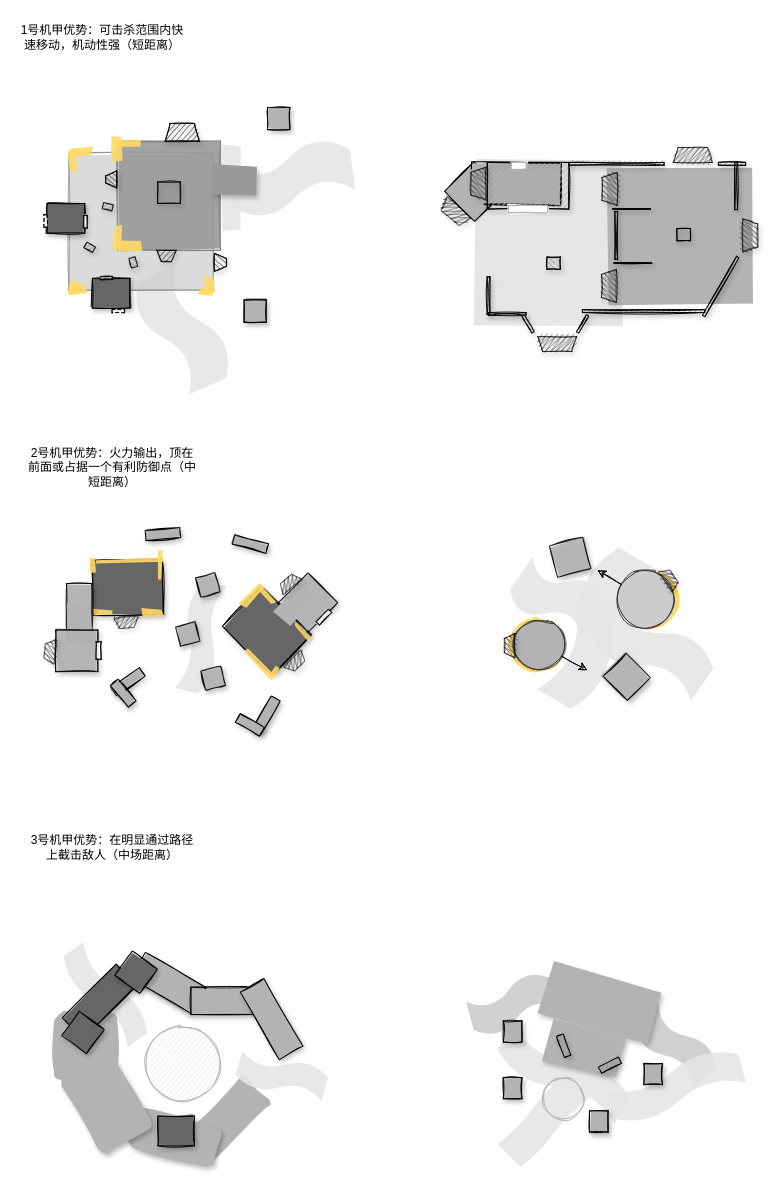
This is Pattern040506.drawio from Heynoodle/DRAWIO, a draw.io file, before an edit. Source tidied: cells renumbered, new cells numbered last; positions are measured from the earlier drawing's top-left corner, leaving out a move shared by most shapes. Both pictures are drawn from the tidied source at 100%, with x=0, y=0 at pixel (17, 17).
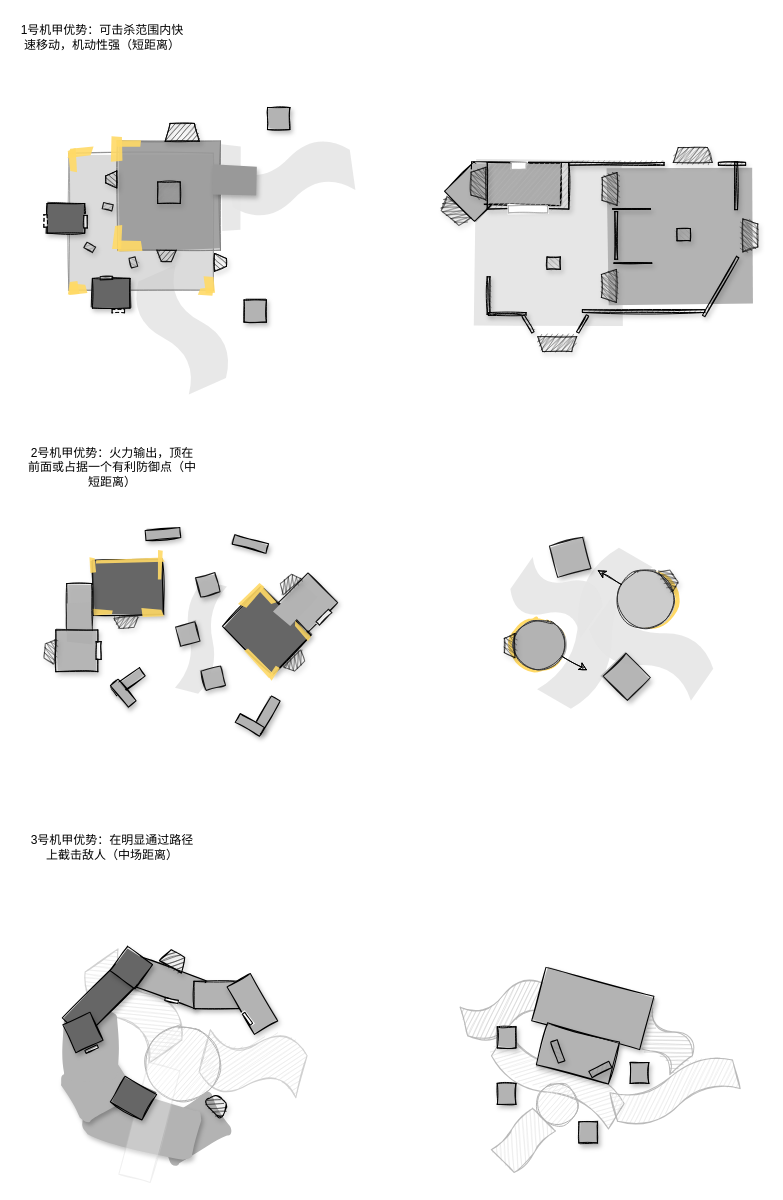
The same page after the edit.

What changed in the source:
```diff
@@
     <mxCell id="72" style="group;" parent="1" vertex="1">
-      <mxGeometry x="446" y="944.3" width="285.2" height="206.4" as="geometry" />
+      <mxGeometry x="440" y="950" width="285.2" height="206.4" as="geometry" />
     </mxCell>
-    <mxCell id="73" style="shape=tape;whiteSpace=wrap;html=1;shadow=0;opacity=90;rotation=50;strokeColor=none;fillColor=#CCCCCC;" parent="72" vertex="1">
-      <mxGeometry x="168" y="59.2" width="88.3" height="49.3" as="geometry" />
+    <mxCell id="73" style="shape=tape;whiteSpace=wrap;html=1;shadow=0;opacity=90;rotation=50;fillColor=#CCCCCC;sketch=1;strokeColor=#B3B3B3;" parent="72" vertex="1">
+      <mxGeometry x="172.7" y="49.2" width="62" height="49.3" as="geometry" />
     </mxCell>
-    <mxCell id="74" style="shape=tape;whiteSpace=wrap;html=1;shadow=0;opacity=90;rotation=-15;strokeColor=none;fillColor=#CCCCCC;" parent="72" vertex="1">
+    <mxCell id="74" style="shape=tape;whiteSpace=wrap;html=1;shadow=0;opacity=90;rotation=-15;fillColor=#CCCCCC;sketch=1;strokeColor=#B3B3B3;" parent="72" vertex="1">
       <mxGeometry x="4.9" y="17.9" width="88.3" height="49.3" as="geometry" />
     </mxCell>
-    <mxCell id="75" style="shape=tape;whiteSpace=wrap;html=1;shadow=0;opacity=90;rotation=-148;strokeColor=none;fillColor=#E6E6E6;" parent="72" vertex="1">
+    <mxCell id="75" style="shape=tape;whiteSpace=wrap;html=1;shadow=0;opacity=90;rotation=-148;fillColor=#E6E6E6;sketch=1;strokeColor=#B3B3B3;" parent="72" vertex="1">
       <mxGeometry x="31.3" y="87.6" width="138" height="49.3" as="geometry" />
     </mxCell>
-    <mxCell id="76" style="shape=tape;whiteSpace=wrap;html=1;shadow=0;opacity=90;rotation=-195;strokeColor=none;fillColor=#E6E6E6;" parent="72" vertex="1">
-      <mxGeometry x="143.1" y="99.9" width="138" height="49.3" as="geometry" />
+    <mxCell id="76" style="shape=tape;whiteSpace=wrap;html=1;shadow=0;opacity=90;rotation=-195;fillColor=#E6E6E6;sketch=1;strokeColor=#B3B3B3;" parent="72" vertex="1">
+      <mxGeometry x="154.1" y="98.5" width="126.9" height="49.3" as="geometry" />
     </mxCell>
-    <mxCell id="77" style="rounded=0;whiteSpace=wrap;html=1;sketch=1;fillStyle=solid;shadow=1;strokeWidth=1;fillColor=#B3B3B3;rotation=15;strokeColor=none;" parent="72" vertex="1">
+    <mxCell id="77" style="rounded=0;whiteSpace=wrap;html=1;sketch=1;fillStyle=solid;shadow=1;strokeWidth=1;fillColor=#B3B3B3;rotation=15;" parent="72" vertex="1">
       <mxGeometry x="79.4" y="13.4" width="111.8" height="55.2" as="geometry" />
     </mxCell>
-    <mxCell id="78" style="shape=tape;whiteSpace=wrap;html=1;shadow=0;opacity=90;rotation=-225;strokeColor=none;fillColor=#E6E6E6;size=0.13100000000000023;" parent="72" vertex="1">
-      <mxGeometry x="30.9" y="140.6" width="97.6" height="37" as="geometry" />
+    <mxCell id="78" style="shape=tape;whiteSpace=wrap;html=1;shadow=0;opacity=90;rotation=-225;fillColor=#E6E6E6;size=0.13100000000000023;sketch=1;strokeColor=#B3B3B3;" parent="72" vertex="1">
+      <mxGeometry x="36.6" y="154.4" width="58.5" height="37" as="geometry" />
     </mxCell>
@@
     <mxCell id="80" style="rounded=0;whiteSpace=wrap;html=1;sketch=1;fillStyle=solid;shadow=1;strokeWidth=1;fillColor=#B3B3B3;" parent="72" vertex="1">
-      <mxGeometry x="39.8" y="59.2" width="18.6" height="21" as="geometry" />
+      <mxGeometry x="39.8" y="59.4" width="18.6" height="21" as="geometry" />
     </mxCell>
     <mxCell id="81" style="rounded=0;whiteSpace=wrap;html=1;sketch=1;fillStyle=solid;shadow=1;strokeWidth=1;fillColor=#B3B3B3;" parent="72" vertex="1">
-      <mxGeometry x="180.4" y="101.8" width="18.6" height="21" as="geometry" />
+      <mxGeometry x="172.7" y="95" width="18.6" height="21" as="geometry" />
     </mxCell>
     <mxCell id="82" style="rounded=0;whiteSpace=wrap;html=1;sketch=1;fillStyle=solid;shadow=1;strokeWidth=1;fillColor=#B3B3B3;" parent="72" vertex="1">
-      <mxGeometry x="126" y="149.2" width="18.6" height="21" as="geometry" />
+      <mxGeometry x="121.4" y="154.4" width="18.6" height="21" as="geometry" />
     </mxCell>
@@
-    <mxCell id="84" style="rounded=0;whiteSpace=wrap;html=1;sketch=1;fillStyle=solid;shadow=1;strokeWidth=1;fillColor=#B3B3B3;rotation=15;strokeColor=none;" parent="72" vertex="1">
+    <mxCell id="84" style="rounded=0;whiteSpace=wrap;html=1;sketch=1;fillStyle=solid;shadow=1;strokeWidth=1;fillColor=#B3B3B3;rotation=15;" parent="72" vertex="1">
       <mxGeometry x="83.2" y="64.2" width="74.5" height="43.4" as="geometry" />
     </mxCell>
@@
     <mxCell id="86" style="rounded=0;whiteSpace=wrap;html=1;shadow=1;glass=0;sketch=1;strokeColor=#000000;fillColor=#999999;gradientColor=none;rotation=-207;direction=west;" parent="72" vertex="1">
-      <mxGeometry x="135.3" y="99.9" width="22.4" height="7" as="geometry" />
+      <mxGeometry x="131.7" y="98.5" width="22.4" height="7" as="geometry" />
     </mxCell>
@@
     <mxCell id="131" style="group;" parent="1" vertex="1">
-      <mxGeometry x="36.5" y="920" width="273.6" height="230.7" as="geometry" />
+      <mxGeometry x="36.5" y="920" width="298.2" height="230.7" as="geometry" />
     </mxCell>
+    <mxCell id="143" style="shape=tape;whiteSpace=wrap;html=1;shadow=0;opacity=90;rotation=-165;fillColor=#E6E6E6;sketch=1;strokeColor=#CCCCCC;" parent="131" vertex="1">
+      <mxGeometry x="149.1" y="90" width="100.1" height="72.5" as="geometry" />
+    </mxCell>
-    <mxCell id="132" style="shape=tape;whiteSpace=wrap;html=1;shadow=0;opacity=90;rotation=55;strokeColor=none;fillColor=#E6E6E6;" parent="131" vertex="1">
-      <mxGeometry x="-4" y="37" width="111.1" height="40" as="geometry" />
+    <mxCell id="132" style="shape=tape;whiteSpace=wrap;html=1;shadow=0;opacity=90;rotation=55;fillColor=#E6E6E6;sketch=1;strokeColor=#CCCCCC;" parent="131" vertex="1">
+      <mxGeometry x="23.9" y="35" width="111.1" height="67" as="geometry" />
     </mxCell>
-    <mxCell id="133" style="rounded=1;whiteSpace=wrap;html=1;shadow=0;sketch=1;strokeColor=none;rotation=-45;fillStyle=solid;fillColor=#B3B3B3;glass=0;" parent="131" vertex="1">
-      <mxGeometry x="127" y="162.5" width="90" height="40" as="geometry" />
+    <mxCell id="133" style="rounded=1;whiteSpace=wrap;html=1;shadow=0;sketch=1;strokeColor=none;rotation=-30;fillStyle=solid;fillColor=#B3B3B3;glass=0;" parent="131" vertex="1">
+      <mxGeometry x="102.5" y="167.5" width="69.5" height="47.5" as="geometry" />
     </mxCell>
     <mxCell id="134" style="rounded=1;whiteSpace=wrap;html=1;shadow=1;sketch=1;strokeColor=none;rotation=15;fillStyle=solid;fillColor=#B3B3B3;" parent="131" vertex="1">
-      <mxGeometry x="75.2" y="179.7" width="90" height="40" as="geometry" />
+      <mxGeometry x="30.8" y="160" width="113.8" height="50.3" as="geometry" />
     </mxCell>
     <mxCell id="135" style="rounded=1;whiteSpace=wrap;html=1;shadow=1;sketch=1;strokeColor=none;rotation=60;fillStyle=solid;fillColor=#B3B3B3;" parent="131" vertex="1">
-      <mxGeometry x="6.5" y="134.7" width="90" height="60" as="geometry" />
+      <mxGeometry x="15.6" y="118.9" width="53.5" height="60" as="geometry" />
     </mxCell>
     <mxCell id="136" style="rounded=1;whiteSpace=wrap;html=1;shadow=0;sketch=1;strokeColor=none;rotation=90;fillStyle=solid;fillColor=#B3B3B3;" parent="131" vertex="1">
-      <mxGeometry x="-3.4" y="77" width="70" height="63.2" as="geometry" />
+      <mxGeometry x="1.6" y="82" width="70" height="53" as="geometry" />
     </mxCell>
-    <mxCell id="137" style="rounded=0;whiteSpace=wrap;html=1;sketch=1;fillStyle=solid;shadow=1;strokeWidth=1;fillColor=#B3B3B3;rotation=30;" parent="131" vertex="1">
+    <mxCell id="137" style="rounded=0;whiteSpace=wrap;html=1;sketch=1;fillStyle=solid;shadow=1;strokeWidth=1;fillColor=#B3B3B3;rotation=20;" parent="131" vertex="1">
       <mxGeometry x="79.1" y="30.4" width="70" height="30" as="geometry" />
     </mxCell>
     <mxCell id="138" style="rounded=0;whiteSpace=wrap;html=1;sketch=1;fillStyle=solid;shadow=1;strokeWidth=1;fillColor=#B3B3B3;rotation=0;" parent="131" vertex="1">
-      <mxGeometry x="137" y="49.7" width="70" height="27.3" as="geometry" />
+      <mxGeometry x="140" y="43.8" width="46.5" height="27.3" as="geometry" />
     </mxCell>
     <mxCell id="139" style="rounded=0;whiteSpace=wrap;html=1;sketch=1;fillStyle=solid;shadow=1;strokeWidth=1;fillColor=#B3B3B3;rotation=60;" parent="131" vertex="1">
-      <mxGeometry x="178.6" y="68" width="78.1" height="27.3" as="geometry" />
+      <mxGeometry x="171" y="53" width="54.8" height="26.9" as="geometry" />
     </mxCell>
-    <mxCell id="140" style="rounded=0;whiteSpace=wrap;html=1;sketch=1;fillStyle=solid;shadow=1;strokeWidth=1;fillColor=#666666;rotation=90;" parent="131" vertex="1">
-      <mxGeometry x="107.5" y="175.2" width="29.5" height="36.5" as="geometry" />
-    </mxCell>
@@
     <mxCell id="142" style="rounded=0;whiteSpace=wrap;html=1;sketch=1;fillStyle=solid;shadow=1;strokeWidth=1;fillColor=#666666;rotation=36;" parent="131" vertex="1">
-      <mxGeometry x="66.6" y="19.7" width="30.9" height="30" as="geometry" />
+      <mxGeometry x="61.8" y="15.1" width="30.9" height="30" as="geometry" />
     </mxCell>
-    <mxCell id="143" style="shape=tape;whiteSpace=wrap;html=1;shadow=0;opacity=90;rotation=-163;strokeColor=none;fillColor=#E6E6E6;" parent="131" vertex="1">
-      <mxGeometry x="183" y="118.6" width="89.6" height="40" as="geometry" />
-    </mxCell>
@@
+    <mxCell id="147" style="shape=trapezoid;perimeter=trapezoidPerimeter;whiteSpace=wrap;html=1;fixedSize=1;strokeWidth=1;sketch=1;shadow=1;rotation=45;fillStyle=hachure;size=4.94497782389351;fillColor=#333333;rounded=1;glass=0;" parent="131" vertex="1">
+      <mxGeometry x="150.6" y="160" width="25.4" height="15.3" as="geometry" />
+    </mxCell>
+    <mxCell id="148" style="rounded=0;whiteSpace=wrap;html=1;shadow=0;sketch=1;rotation=55;glass=0;strokeWidth=1;fillColor=#ffffff;" parent="131" vertex="1">
+      <mxGeometry x="186.7" y="79.6" width="13.5" height="3.2" as="geometry" />
+    </mxCell>
+    <mxCell id="149" style="rounded=0;whiteSpace=wrap;html=1;shadow=0;sketch=1;rotation=13;glass=0;strokeWidth=1;fillColor=#ffffff;" parent="131" vertex="1">
+      <mxGeometry x="110.9" y="61.3" width="13.5" height="3.2" as="geometry" />
+    </mxCell>
+    <mxCell id="150" style="shape=trapezoid;perimeter=trapezoidPerimeter;whiteSpace=wrap;html=1;fixedSize=1;strokeWidth=1;sketch=1;shadow=1;rotation=30;fillStyle=hachure;size=4.94497782389351;fillColor=#333333;rounded=0;glass=0;" parent="131" vertex="1">
+      <mxGeometry x="107.5" y="15.1" width="25.4" height="15.3" as="geometry" />
+    </mxCell>
+    <mxCell id="151" style="rounded=0;whiteSpace=wrap;html=1;shadow=0;sketch=1;rotation=-75;fillStyle=solid;glass=0;fillColor=#FFFFFF;opacity=30;strokeColor=#CCCCCC;" parent="131" vertex="1">
+      <mxGeometry x="37.7" y="168.9" width="115.5" height="32.4" as="geometry" />
+    </mxCell>
+    <mxCell id="140" style="rounded=0;whiteSpace=wrap;html=1;sketch=1;fillStyle=solid;shadow=1;strokeWidth=1;fillColor=#666666;rotation=120;" parent="131" vertex="1">
+      <mxGeometry x="64.7" y="142.4" width="29.5" height="36.5" as="geometry" />
+    </mxCell>
-    <mxCell id="145" style="rounded=0;whiteSpace=wrap;html=1;sketch=1;fillStyle=solid;shadow=1;strokeWidth=1;fillColor=#666666;rotation=36;" parent="1" vertex="1">
+    <mxCell id="145" style="rounded=0;whiteSpace=wrap;html=1;sketch=1;fillStyle=solid;shadow=1;strokeWidth=1;fillColor=#666666;rotation=65;" parent="1" vertex="1">
       <mxGeometry x="50" y="1000" width="30.9" height="30" as="geometry" />
     </mxCell>
@@
+    <mxCell id="152" style="rounded=0;whiteSpace=wrap;html=1;shadow=0;sketch=1;rotation=-205;glass=0;strokeWidth=1;fillColor=#ffffff;" parent="1" vertex="1">
+      <mxGeometry x="67.4" y="1030" width="13.5" height="3.2" as="geometry" />
+    </mxCell>
```
